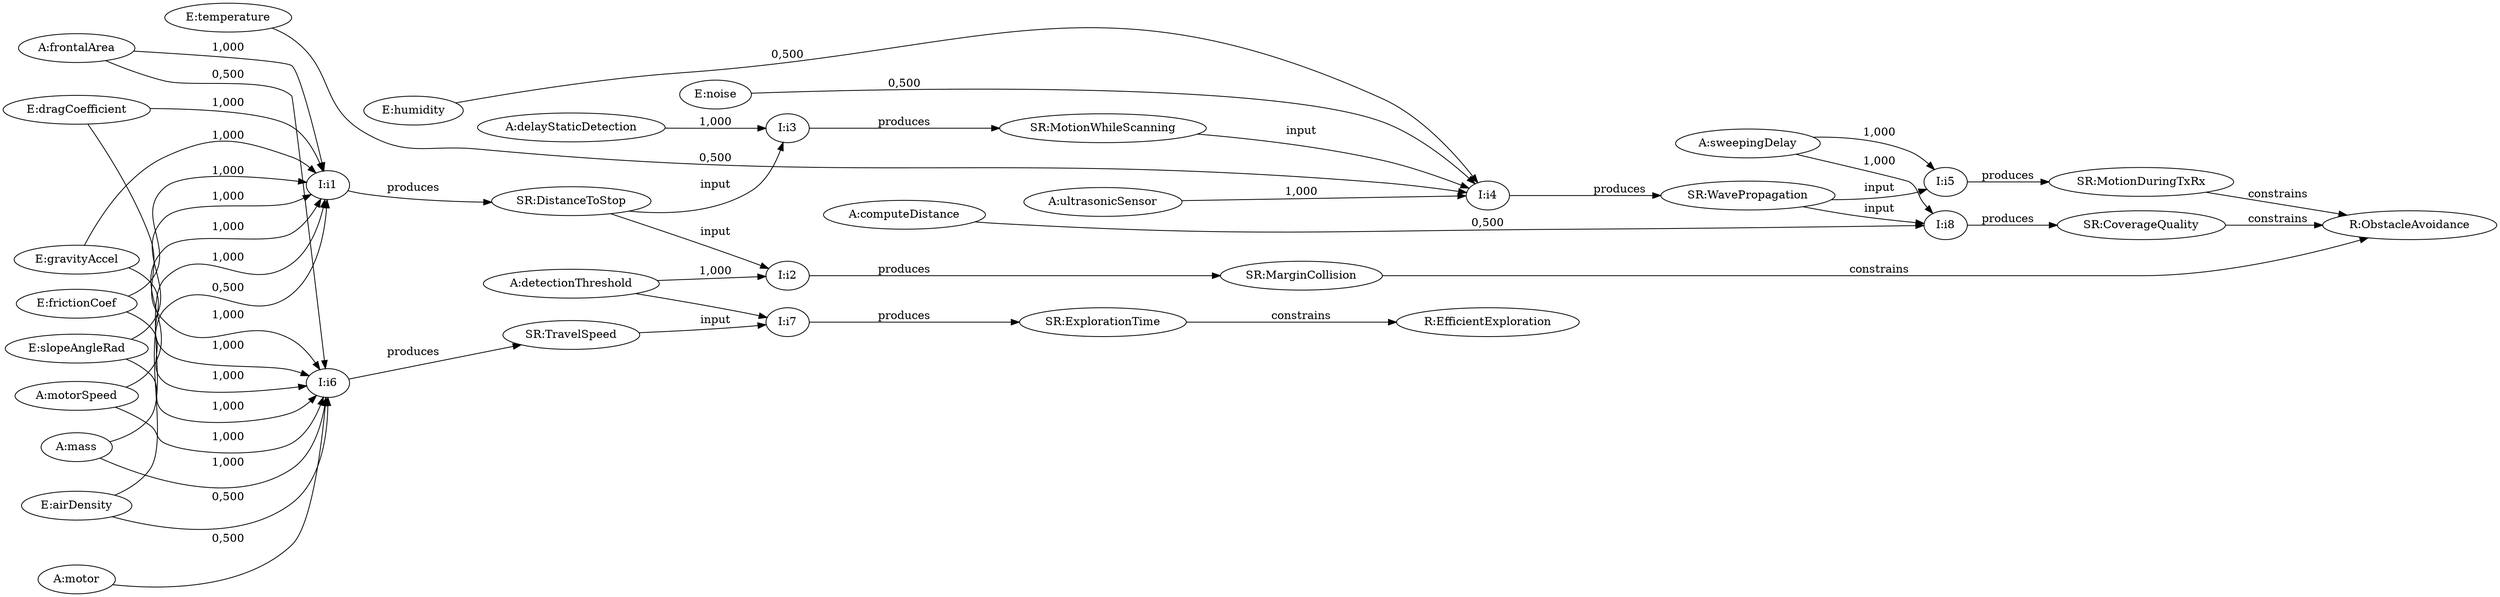
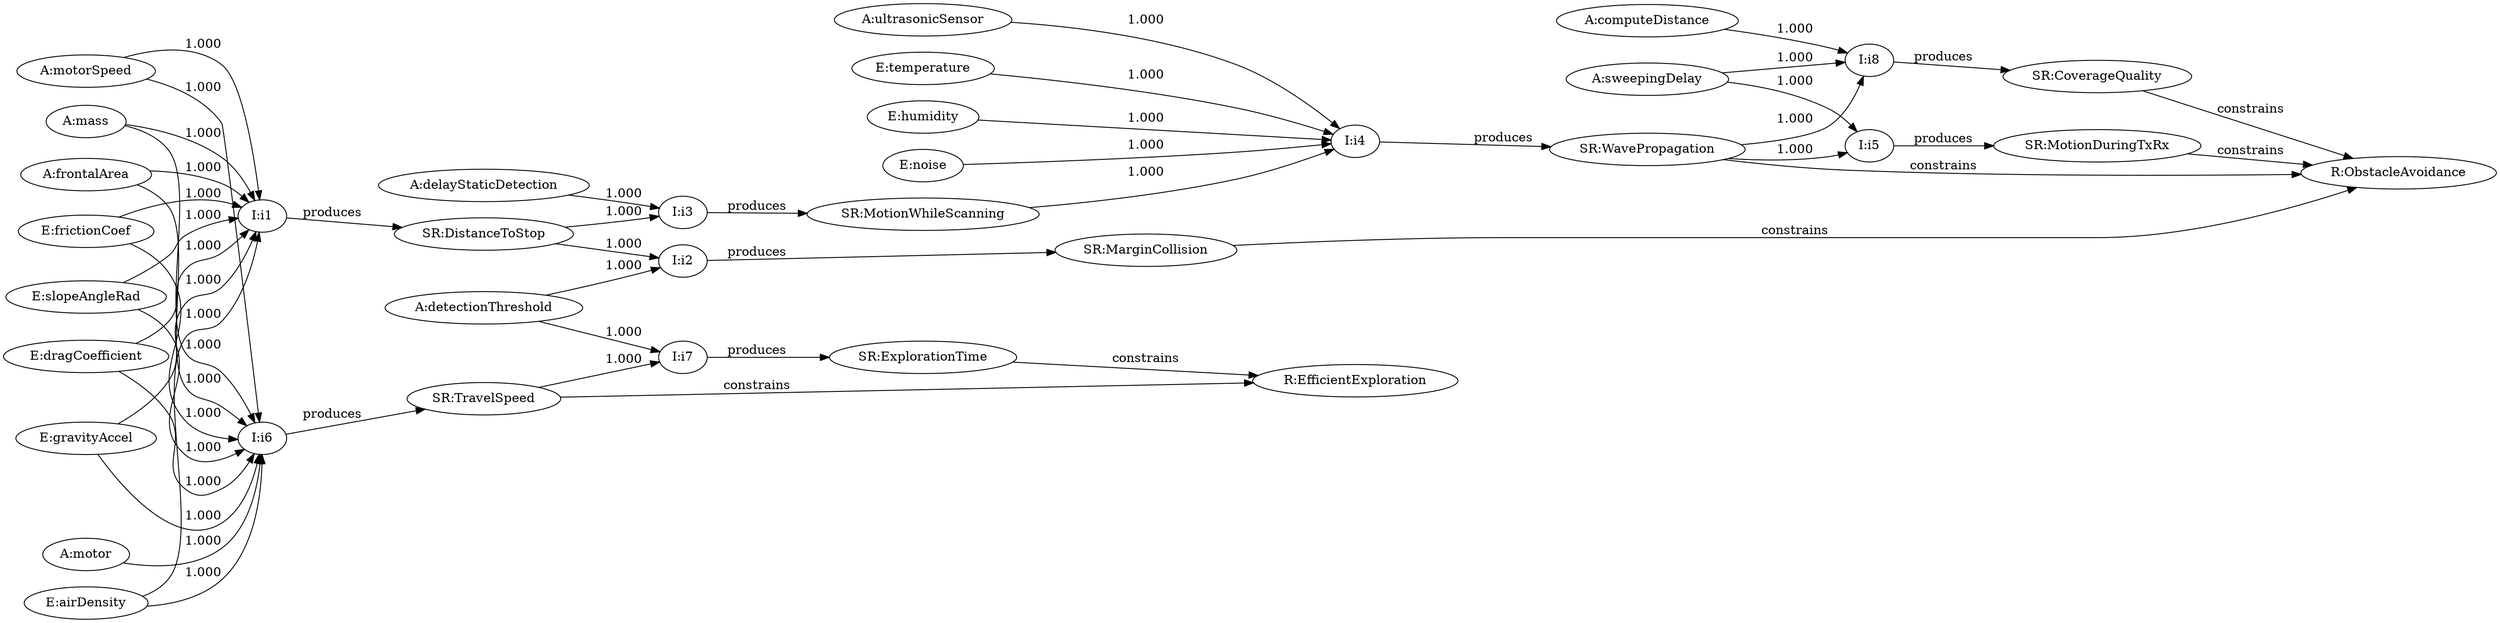
strict digraph G {
  rankdir=LR;
  I_i1_2215b9 [ label="I:i1" ];
  A_motorSpeed_c60755ab [ label="A:motorSpeed" srcModel="platform:/resource/fr.inria.kairos.cherokey4WDProject/Cherokey4WD/Cherokey4WD_Behavior/ActivityWheelControl.sysml" tooltip="platform:/resource/fr.inria.kairos.cherokey4WDProject/Cherokey4WD/Cherokey4WD_Behavior/ActivityWheelControl.sysml" ];
  A_mass_724f5a8d [ label="A:mass" srcModel="platform:/resource/fr.inria.kairos.cherokey4WDProject/Cherokey4WD/Cherokey4WD_Structure/Cherokey4WDModel.sysml" tooltip="platform:/resource/fr.inria.kairos.cherokey4WDProject/Cherokey4WD/Cherokey4WD_Structure/Cherokey4WDModel.sysml" ];
  A_frontalArea_f9af3d08 [ label="A:frontalArea" srcModel="platform:/resource/fr.inria.kairos.cherokey4WDProject/Cherokey4WD/Cherokey4WD_Structure/Cherokey4WDModel.sysml" tooltip="platform:/resource/fr.inria.kairos.cherokey4WDProject/Cherokey4WD/Cherokey4WD_Structure/Cherokey4WDModel.sysml" ];
  E_frictionCoef_59bb6d3c [ label="E:frictionCoef" ];
  E_slopeAngleRad_8779e298 [ label="E:slopeAngleRad" ];
  E_dragCoefficient_9264b62c [ label="E:dragCoefficient" ];
  E_gravityAccel_9e12184f [ label="E:gravityAccel" ];
  E_airDensity_30a29e93 [ label="E:airDensity" ];
  SR_DistanceToStop_6857ac0d [ label="SR:DistanceToStop" ];
  I_i2_2215ba [ label="I:i2" ];
  A_detectionThreshold_e468d33f [ label="A:detectionThreshold" srcModel="platform:/resource/fr.inria.kairos.cherokey4WDProject/Cherokey4WD/Cherokey4WD_Behavior/ActivityDynamicDetection.sysml" tooltip="platform:/resource/fr.inria.kairos.cherokey4WDProject/Cherokey4WD/Cherokey4WD_Behavior/ActivityDynamicDetection.sysml" ];
  SR_MarginCollision_88edcde9 [ label="SR:MarginCollision" ];
  R_ObstacleAvoidance_189ae12d [ label="R:ObstacleAvoidance" ];
  I_i3_2215bb [ label="I:i3" ];
  A_delayStaticDetection_a73be14d [ label="A:delayStaticDetection" srcModel="platform:/resource/fr.inria.kairos.cherokey4WDProject/Cherokey4WD/Cherokey4WD_Behavior/ActivityStaticDetection.sysml" tooltip="platform:/resource/fr.inria.kairos.cherokey4WDProject/Cherokey4WD/Cherokey4WD_Behavior/ActivityStaticDetection.sysml" ];
  SR_MotionWhileScanning_eb0eed31 [ label="SR:MotionWhileScanning" ];
  I_i4_2215bc [ label="I:i4" ];
  A_ultrasonicSensor_d0af77f3 [ label="A:ultrasonicSensor" srcModel="platform:/resource/fr.inria.kairos.cherokey4WDProject/Cherokey4WD/Cherokey4WD_Structure/Cherokey4WDModel.sysml" tooltip="platform:/resource/fr.inria.kairos.cherokey4WDProject/Cherokey4WD/Cherokey4WD_Structure/Cherokey4WDModel.sysml" ];
  E_temperature_1abcfdbf [ label="E:temperature" ];
  E_humidity_8ff6e048 [ label="E:humidity" ];
  E_noise_ab4933a5 [ label="E:noise" ];
  SR_WavePropagation_91c045d8 [ label="SR:WavePropagation" ];
  I_i5_2215bd [ label="I:i5" ];
  A_sweepingDelay_bc83fa34 [ label="A:sweepingDelay" srcModel="platform:/resource/fr.inria.kairos.cherokey4WDProject/Cherokey4WD/Cherokey4WD_Behavior/ActivityDynamicDetection.sysml" tooltip="platform:/resource/fr.inria.kairos.cherokey4WDProject/Cherokey4WD/Cherokey4WD_Behavior/ActivityDynamicDetection.sysml" ];
  SR_MotionDuringTxRx_940559fc [ label="SR:MotionDuringTxRx" ];
  I_i6_2215be [ label="I:i6" ];
  A_motor_d7a257fc [ label="A:motor" srcModel="platform:/resource/fr.inria.kairos.cherokey4WDProject/Cherokey4WD/Cherokey4WD_Structure/Cherokey4WDModel.sysml" tooltip="platform:/resource/fr.inria.kairos.cherokey4WDProject/Cherokey4WD/Cherokey4WD_Structure/Cherokey4WDModel.sysml" ];
  SR_TravelSpeed_ae7e8492 [ label="SR:TravelSpeed" ];
+   R_EfficientExploration_f269058a [ label="R:EfficientExploration" ];
  I_i7_2215bf [ label="I:i7" ];
  SR_ExplorationTime_6b02d455 [ label="SR:ExplorationTime" ];
-   R_EfficientExploration_f269058a [ label="R:EfficientExploration" ];
  I_i8_2215c0 [ label="I:i8" ];
  A_computeDistance_828cf413 [ label="A:computeDistance" srcModel="platform:/resource/fr.inria.kairos.cherokey4WDProject/Cherokey4WD/Cherokey4WD_Behavior/ActivityDynamicDetection.sysml" tooltip="platform:/resource/fr.inria.kairos.cherokey4WDProject/Cherokey4WD/Cherokey4WD_Behavior/ActivityDynamicDetection.sysml" ];
  SR_CoverageQuality_24e856bc [ label="SR:CoverageQuality" ];
-   A_motorSpeed_c60755ab -> I_i1_2215b9 [ label="1,000" src="platform:/resource/fr.inria.kairos.cherokey4WDProject/Cherokey4WD/Cherokey4WD_Influences/updated_explorationRobot.inf#//@ownedInfluences.0/@ownedParticipants.0" tooltip="platform:/resource/fr.inria.kairos.cherokey4WDProject/Cherokey4WD/Cherokey4WD_Influences/updated_explorationRobot.inf#//@ownedInfluences.0/@ownedParticipants.0" weight="1.000" ];
-   A_mass_724f5a8d -> I_i1_2215b9 [ label="1,000" src="platform:/resource/fr.inria.kairos.cherokey4WDProject/Cherokey4WD/Cherokey4WD_Influences/updated_explorationRobot.inf#//@ownedInfluences.0/@ownedParticipants.1" tooltip="platform:/resource/fr.inria.kairos.cherokey4WDProject/Cherokey4WD/Cherokey4WD_Influences/updated_explorationRobot.inf#//@ownedInfluences.0/@ownedParticipants.1" weight="1.000" ];
-   A_frontalArea_f9af3d08 -> I_i1_2215b9 [ label="1,000" src="platform:/resource/fr.inria.kairos.cherokey4WDProject/Cherokey4WD/Cherokey4WD_Influences/updated_explorationRobot.inf#//@ownedInfluences.0/@ownedParticipants.2" tooltip="platform:/resource/fr.inria.kairos.cherokey4WDProject/Cherokey4WD/Cherokey4WD_Influences/updated_explorationRobot.inf#//@ownedInfluences.0/@ownedParticipants.2" weight="1.000" ];
-   E_frictionCoef_59bb6d3c -> I_i1_2215b9 [ label="1,000" src="platform:/resource/fr.inria.kairos.cherokey4WDProject/Cherokey4WD/Cherokey4WD_Influences/updated_explorationRobot.inf#//@ownedInfluences.0/@ownedParticipants.3" tooltip="platform:/resource/fr.inria.kairos.cherokey4WDProject/Cherokey4WD/Cherokey4WD_Influences/updated_explorationRobot.inf#//@ownedInfluences.0/@ownedParticipants.3" weight="1.000" ];
-   E_slopeAngleRad_8779e298 -> I_i1_2215b9 [ label="1,000" src="platform:/resource/fr.inria.kairos.cherokey4WDProject/Cherokey4WD/Cherokey4WD_Influences/updated_explorationRobot.inf#//@ownedInfluences.0/@ownedParticipants.4" tooltip="platform:/resource/fr.inria.kairos.cherokey4WDProject/Cherokey4WD/Cherokey4WD_Influences/updated_explorationRobot.inf#//@ownedInfluences.0/@ownedParticipants.4" weight="1.000" ];
-   E_dragCoefficient_9264b62c -> I_i1_2215b9 [ label="1,000" src="platform:/resource/fr.inria.kairos.cherokey4WDProject/Cherokey4WD/Cherokey4WD_Influences/updated_explorationRobot.inf#//@ownedInfluences.0/@ownedParticipants.5" tooltip="platform:/resource/fr.inria.kairos.cherokey4WDProject/Cherokey4WD/Cherokey4WD_Influences/updated_explorationRobot.inf#//@ownedInfluences.0/@ownedParticipants.5" weight="1.000" ];
-   E_gravityAccel_9e12184f -> I_i1_2215b9 [ label="1,000" src="platform:/resource/fr.inria.kairos.cherokey4WDProject/Cherokey4WD/Cherokey4WD_Influences/updated_explorationRobot.inf#//@ownedInfluences.0/@ownedParticipants.6" tooltip="platform:/resource/fr.inria.kairos.cherokey4WDProject/Cherokey4WD/Cherokey4WD_Influences/updated_explorationRobot.inf#//@ownedInfluences.0/@ownedParticipants.6" weight="1.000" ];
-   E_airDensity_30a29e93 -> I_i1_2215b9 [ label="0,500" src="platform:/resource/fr.inria.kairos.cherokey4WDProject/Cherokey4WD/Cherokey4WD_Influences/updated_explorationRobot.inf#//@ownedInfluences.0/@ownedParticipants.7" tooltip="platform:/resource/fr.inria.kairos.cherokey4WDProject/Cherokey4WD/Cherokey4WD_Influences/updated_explorationRobot.inf#//@ownedInfluences.0/@ownedParticipants.7" weight="0.500" ];
-   I_i1_2215b9 -> SR_DistanceToStop_6857ac0d [ label="produces" src="platform:/resource/fr.inria.kairos.cherokey4WDProject/Cherokey4WD/Cherokey4WD_Influences/updated_explorationRobot.inf#//@ownedInfluences.0" tooltip="platform:/resource/fr.inria.kairos.cherokey4WDProject/Cherokey4WD/Cherokey4WD_Influences/updated_explorationRobot.inf#//@ownedInfluences.0" ];
-   A_detectionThreshold_e468d33f -> I_i2_2215ba [ label="1,000" src="platform:/resource/fr.inria.kairos.cherokey4WDProject/Cherokey4WD/Cherokey4WD_Influences/updated_explorationRobot.inf#//@ownedInfluences.1/@ownedParticipants.0" tooltip="platform:/resource/fr.inria.kairos.cherokey4WDProject/Cherokey4WD/Cherokey4WD_Influences/updated_explorationRobot.inf#//@ownedInfluences.1/@ownedParticipants.0" weight="1.000" ];
-   SR_DistanceToStop_6857ac0d -> I_i2_2215ba [ label="input" src="platform:/resource/fr.inria.kairos.cherokey4WDProject/Cherokey4WD/Cherokey4WD_Influences/updated_explorationRobot.inf#//@ownedInfluences.1/@ownedParticipants.1" tooltip="platform:/resource/fr.inria.kairos.cherokey4WDProject/Cherokey4WD/Cherokey4WD_Influences/updated_explorationRobot.inf#//@ownedInfluences.1/@ownedParticipants.1" ];
-   I_i2_2215ba -> SR_MarginCollision_88edcde9 [ label="produces" src="platform:/resource/fr.inria.kairos.cherokey4WDProject/Cherokey4WD/Cherokey4WD_Influences/updated_explorationRobot.inf#//@ownedInfluences.1" tooltip="platform:/resource/fr.inria.kairos.cherokey4WDProject/Cherokey4WD/Cherokey4WD_Influences/updated_explorationRobot.inf#//@ownedInfluences.1" ];
-   SR_MarginCollision_88edcde9 -> R_ObstacleAvoidance_189ae12d [ label="constrains" src="platform:/resource/fr.inria.kairos.cherokey4WDProject/Cherokey4WD/Cherokey4WD_Influences/updated_explorationRobot.inf#//@ownedRequirements.1" tooltip="platform:/resource/fr.inria.kairos.cherokey4WDProject/Cherokey4WD/Cherokey4WD_Influences/updated_explorationRobot.inf#//@ownedRequirements.1" ];
-   SR_DistanceToStop_6857ac0d -> I_i3_2215bb [ label="input" src="platform:/resource/fr.inria.kairos.cherokey4WDProject/Cherokey4WD/Cherokey4WD_Influences/updated_explorationRobot.inf#//@ownedInfluences.2/@ownedParticipants.0" tooltip="platform:/resource/fr.inria.kairos.cherokey4WDProject/Cherokey4WD/Cherokey4WD_Influences/updated_explorationRobot.inf#//@ownedInfluences.2/@ownedParticipants.0" ];
-   A_delayStaticDetection_a73be14d -> I_i3_2215bb [ label="1,000" src="platform:/resource/fr.inria.kairos.cherokey4WDProject/Cherokey4WD/Cherokey4WD_Influences/updated_explorationRobot.inf#//@ownedInfluences.2/@ownedParticipants.1" tooltip="platform:/resource/fr.inria.kairos.cherokey4WDProject/Cherokey4WD/Cherokey4WD_Influences/updated_explorationRobot.inf#//@ownedInfluences.2/@ownedParticipants.1" weight="1.000" ];
-   I_i3_2215bb -> SR_MotionWhileScanning_eb0eed31 [ label="produces" src="platform:/resource/fr.inria.kairos.cherokey4WDProject/Cherokey4WD/Cherokey4WD_Influences/updated_explorationRobot.inf#//@ownedInfluences.2" tooltip="platform:/resource/fr.inria.kairos.cherokey4WDProject/Cherokey4WD/Cherokey4WD_Influences/updated_explorationRobot.inf#//@ownedInfluences.2" ];
-   A_ultrasonicSensor_d0af77f3 -> I_i4_2215bc [ label="1,000" src="platform:/resource/fr.inria.kairos.cherokey4WDProject/Cherokey4WD/Cherokey4WD_Influences/updated_explorationRobot.inf#//@ownedInfluences.3/@ownedParticipants.0" tooltip="platform:/resource/fr.inria.kairos.cherokey4WDProject/Cherokey4WD/Cherokey4WD_Influences/updated_explorationRobot.inf#//@ownedInfluences.3/@ownedParticipants.0" weight="1.000" ];
-   SR_MotionWhileScanning_eb0eed31 -> I_i4_2215bc [ label="input" src="platform:/resource/fr.inria.kairos.cherokey4WDProject/Cherokey4WD/Cherokey4WD_Influences/updated_explorationRobot.inf#//@ownedInfluences.3/@ownedParticipants.1" tooltip="platform:/resource/fr.inria.kairos.cherokey4WDProject/Cherokey4WD/Cherokey4WD_Influences/updated_explorationRobot.inf#//@ownedInfluences.3/@ownedParticipants.1" ];
-   E_temperature_1abcfdbf -> I_i4_2215bc [ label="0,500" src="platform:/resource/fr.inria.kairos.cherokey4WDProject/Cherokey4WD/Cherokey4WD_Influences/updated_explorationRobot.inf#//@ownedInfluences.3/@ownedParticipants.2" tooltip="platform:/resource/fr.inria.kairos.cherokey4WDProject/Cherokey4WD/Cherokey4WD_Influences/updated_explorationRobot.inf#//@ownedInfluences.3/@ownedParticipants.2" weight="0.500" ];
-   E_humidity_8ff6e048 -> I_i4_2215bc [ label="0,500" src="platform:/resource/fr.inria.kairos.cherokey4WDProject/Cherokey4WD/Cherokey4WD_Influences/updated_explorationRobot.inf#//@ownedInfluences.3/@ownedParticipants.3" tooltip="platform:/resource/fr.inria.kairos.cherokey4WDProject/Cherokey4WD/Cherokey4WD_Influences/updated_explorationRobot.inf#//@ownedInfluences.3/@ownedParticipants.3" weight="0.500" ];
-   E_noise_ab4933a5 -> I_i4_2215bc [ label="0,500" src="platform:/resource/fr.inria.kairos.cherokey4WDProject/Cherokey4WD/Cherokey4WD_Influences/updated_explorationRobot.inf#//@ownedInfluences.3/@ownedParticipants.4" tooltip="platform:/resource/fr.inria.kairos.cherokey4WDProject/Cherokey4WD/Cherokey4WD_Influences/updated_explorationRobot.inf#//@ownedInfluences.3/@ownedParticipants.4" weight="0.500" ];
-   I_i4_2215bc -> SR_WavePropagation_91c045d8 [ label="produces" src="platform:/resource/fr.inria.kairos.cherokey4WDProject/Cherokey4WD/Cherokey4WD_Influences/updated_explorationRobot.inf#//@ownedInfluences.3" tooltip="platform:/resource/fr.inria.kairos.cherokey4WDProject/Cherokey4WD/Cherokey4WD_Influences/updated_explorationRobot.inf#//@ownedInfluences.3" ];
-   SR_WavePropagation_91c045d8 -> I_i5_2215bd [ label="input" src="platform:/resource/fr.inria.kairos.cherokey4WDProject/Cherokey4WD/Cherokey4WD_Influences/updated_explorationRobot.inf#//@ownedInfluences.4/@ownedParticipants.0" tooltip="platform:/resource/fr.inria.kairos.cherokey4WDProject/Cherokey4WD/Cherokey4WD_Influences/updated_explorationRobot.inf#//@ownedInfluences.4/@ownedParticipants.0" ];
-   A_sweepingDelay_bc83fa34 -> I_i5_2215bd [ label="1,000" src="platform:/resource/fr.inria.kairos.cherokey4WDProject/Cherokey4WD/Cherokey4WD_Influences/updated_explorationRobot.inf#//@ownedInfluences.4/@ownedParticipants.1" tooltip="platform:/resource/fr.inria.kairos.cherokey4WDProject/Cherokey4WD/Cherokey4WD_Influences/updated_explorationRobot.inf#//@ownedInfluences.4/@ownedParticipants.1" weight="1.000" ];
-   I_i5_2215bd -> SR_MotionDuringTxRx_940559fc [ label="produces" src="platform:/resource/fr.inria.kairos.cherokey4WDProject/Cherokey4WD/Cherokey4WD_Influences/updated_explorationRobot.inf#//@ownedInfluences.4" tooltip="platform:/resource/fr.inria.kairos.cherokey4WDProject/Cherokey4WD/Cherokey4WD_Influences/updated_explorationRobot.inf#//@ownedInfluences.4" ];
-   SR_MotionDuringTxRx_940559fc -> R_ObstacleAvoidance_189ae12d [ label="constrains" src="platform:/resource/fr.inria.kairos.cherokey4WDProject/Cherokey4WD/Cherokey4WD_Influences/updated_explorationRobot.inf#//@ownedRequirements.1" tooltip="platform:/resource/fr.inria.kairos.cherokey4WDProject/Cherokey4WD/Cherokey4WD_Influences/updated_explorationRobot.inf#//@ownedRequirements.1" ];
-   A_motorSpeed_c60755ab -> I_i6_2215be [ label="1,000" src="platform:/resource/fr.inria.kairos.cherokey4WDProject/Cherokey4WD/Cherokey4WD_Influences/updated_explorationRobot.inf#//@ownedInfluences.5/@ownedParticipants.0" tooltip="platform:/resource/fr.inria.kairos.cherokey4WDProject/Cherokey4WD/Cherokey4WD_Influences/updated_explorationRobot.inf#//@ownedInfluences.5/@ownedParticipants.0" weight="1.000" ];
-   A_mass_724f5a8d -> I_i6_2215be [ label="1,000" src="platform:/resource/fr.inria.kairos.cherokey4WDProject/Cherokey4WD/Cherokey4WD_Influences/updated_explorationRobot.inf#//@ownedInfluences.5/@ownedParticipants.1" tooltip="platform:/resource/fr.inria.kairos.cherokey4WDProject/Cherokey4WD/Cherokey4WD_Influences/updated_explorationRobot.inf#//@ownedInfluences.5/@ownedParticipants.1" weight="1.000" ];
-   A_frontalArea_f9af3d08 -> I_i6_2215be [ label="0,500" src="platform:/resource/fr.inria.kairos.cherokey4WDProject/Cherokey4WD/Cherokey4WD_Influences/updated_explorationRobot.inf#//@ownedInfluences.5/@ownedParticipants.2" tooltip="platform:/resource/fr.inria.kairos.cherokey4WDProject/Cherokey4WD/Cherokey4WD_Influences/updated_explorationRobot.inf#//@ownedInfluences.5/@ownedParticipants.2" weight="0.500" ];
-   A_motor_d7a257fc -> I_i6_2215be [ label="0,500" src="platform:/resource/fr.inria.kairos.cherokey4WDProject/Cherokey4WD/Cherokey4WD_Influences/updated_explorationRobot.inf#//@ownedInfluences.5/@ownedParticipants.3" tooltip="platform:/resource/fr.inria.kairos.cherokey4WDProject/Cherokey4WD/Cherokey4WD_Influences/updated_explorationRobot.inf#//@ownedInfluences.5/@ownedParticipants.3" weight="0.500" ];
-   E_frictionCoef_59bb6d3c -> I_i6_2215be [ label="1,000" src="platform:/resource/fr.inria.kairos.cherokey4WDProject/Cherokey4WD/Cherokey4WD_Influences/updated_explorationRobot.inf#//@ownedInfluences.5/@ownedParticipants.4" tooltip="platform:/resource/fr.inria.kairos.cherokey4WDProject/Cherokey4WD/Cherokey4WD_Influences/updated_explorationRobot.inf#//@ownedInfluences.5/@ownedParticipants.4" weight="1.000" ];
-   E_slopeAngleRad_8779e298 -> I_i6_2215be [ label="1,000" src="platform:/resource/fr.inria.kairos.cherokey4WDProject/Cherokey4WD/Cherokey4WD_Influences/updated_explorationRobot.inf#//@ownedInfluences.5/@ownedParticipants.5" tooltip="platform:/resource/fr.inria.kairos.cherokey4WDProject/Cherokey4WD/Cherokey4WD_Influences/updated_explorationRobot.inf#//@ownedInfluences.5/@ownedParticipants.5" weight="1.000" ];
-   E_dragCoefficient_9264b62c -> I_i6_2215be [ label="1,000" src="platform:/resource/fr.inria.kairos.cherokey4WDProject/Cherokey4WD/Cherokey4WD_Influences/updated_explorationRobot.inf#//@ownedInfluences.5/@ownedParticipants.6" tooltip="platform:/resource/fr.inria.kairos.cherokey4WDProject/Cherokey4WD/Cherokey4WD_Influences/updated_explorationRobot.inf#//@ownedInfluences.5/@ownedParticipants.6" weight="1.000" ];
-   E_gravityAccel_9e12184f -> I_i6_2215be [ label="1,000" src="platform:/resource/fr.inria.kairos.cherokey4WDProject/Cherokey4WD/Cherokey4WD_Influences/updated_explorationRobot.inf#//@ownedInfluences.5/@ownedParticipants.7" tooltip="platform:/resource/fr.inria.kairos.cherokey4WDProject/Cherokey4WD/Cherokey4WD_Influences/updated_explorationRobot.inf#//@ownedInfluences.5/@ownedParticipants.7" weight="1.000" ];
-   E_airDensity_30a29e93 -> I_i6_2215be [ label="0,500" src="platform:/resource/fr.inria.kairos.cherokey4WDProject/Cherokey4WD/Cherokey4WD_Influences/updated_explorationRobot.inf#//@ownedInfluences.5/@ownedParticipants.8" tooltip="platform:/resource/fr.inria.kairos.cherokey4WDProject/Cherokey4WD/Cherokey4WD_Influences/updated_explorationRobot.inf#//@ownedInfluences.5/@ownedParticipants.8" weight="0.500" ];
-   I_i6_2215be -> SR_TravelSpeed_ae7e8492 [ label="produces" src="platform:/resource/fr.inria.kairos.cherokey4WDProject/Cherokey4WD/Cherokey4WD_Influences/updated_explorationRobot.inf#//@ownedInfluences.5" tooltip="platform:/resource/fr.inria.kairos.cherokey4WDProject/Cherokey4WD/Cherokey4WD_Influences/updated_explorationRobot.inf#//@ownedInfluences.5" ];
-   SR_TravelSpeed_ae7e8492 -> I_i7_2215bf [ label="input" src="platform:/resource/fr.inria.kairos.cherokey4WDProject/Cherokey4WD/Cherokey4WD_Influences/updated_explorationRobot.inf#//@ownedInfluences.6/@ownedParticipants.0" tooltip="platform:/resource/fr.inria.kairos.cherokey4WDProject/Cherokey4WD/Cherokey4WD_Influences/updated_explorationRobot.inf#//@ownedInfluences.6/@ownedParticipants.0" ];
-   A_detectionThreshold_e468d33f -> I_i7_2215bf [ src="platform:/resource/fr.inria.kairos.cherokey4WDProject/Cherokey4WD/Cherokey4WD_Influences/updated_explorationRobot.inf#//@ownedInfluences.6/@ownedParticipants.1" tooltip="platform:/resource/fr.inria.kairos.cherokey4WDProject/Cherokey4WD/Cherokey4WD_Influences/updated_explorationRobot.inf#//@ownedInfluences.6/@ownedParticipants.1" ];
-   I_i7_2215bf -> SR_ExplorationTime_6b02d455 [ label="produces" src="platform:/resource/fr.inria.kairos.cherokey4WDProject/Cherokey4WD/Cherokey4WD_Influences/updated_explorationRobot.inf#//@ownedInfluences.6" tooltip="platform:/resource/fr.inria.kairos.cherokey4WDProject/Cherokey4WD/Cherokey4WD_Influences/updated_explorationRobot.inf#//@ownedInfluences.6" ];
-   SR_ExplorationTime_6b02d455 -> R_EfficientExploration_f269058a [ label="constrains" src="platform:/resource/fr.inria.kairos.cherokey4WDProject/Cherokey4WD/Cherokey4WD_Influences/updated_explorationRobot.inf#//@ownedRequirements.0" tooltip="platform:/resource/fr.inria.kairos.cherokey4WDProject/Cherokey4WD/Cherokey4WD_Influences/updated_explorationRobot.inf#//@ownedRequirements.0" ];
-   SR_WavePropagation_91c045d8 -> I_i8_2215c0 [ label="input" src="platform:/resource/fr.inria.kairos.cherokey4WDProject/Cherokey4WD/Cherokey4WD_Influences/updated_explorationRobot.inf#//@ownedInfluences.7/@ownedParticipants.0" tooltip="platform:/resource/fr.inria.kairos.cherokey4WDProject/Cherokey4WD/Cherokey4WD_Influences/updated_explorationRobot.inf#//@ownedInfluences.7/@ownedParticipants.0" ];
-   A_sweepingDelay_bc83fa34 -> I_i8_2215c0 [ label="1,000" src="platform:/resource/fr.inria.kairos.cherokey4WDProject/Cherokey4WD/Cherokey4WD_Influences/updated_explorationRobot.inf#//@ownedInfluences.7/@ownedParticipants.1" tooltip="platform:/resource/fr.inria.kairos.cherokey4WDProject/Cherokey4WD/Cherokey4WD_Influences/updated_explorationRobot.inf#//@ownedInfluences.7/@ownedParticipants.1" weight="1.000" ];
-   A_computeDistance_828cf413 -> I_i8_2215c0 [ label="0,500" src="platform:/resource/fr.inria.kairos.cherokey4WDProject/Cherokey4WD/Cherokey4WD_Influences/updated_explorationRobot.inf#//@ownedInfluences.7/@ownedParticipants.2" tooltip="platform:/resource/fr.inria.kairos.cherokey4WDProject/Cherokey4WD/Cherokey4WD_Influences/updated_explorationRobot.inf#//@ownedInfluences.7/@ownedParticipants.2" weight="0.500" ];
-   I_i8_2215c0 -> SR_CoverageQuality_24e856bc [ label="produces" src="platform:/resource/fr.inria.kairos.cherokey4WDProject/Cherokey4WD/Cherokey4WD_Influences/updated_explorationRobot.inf#//@ownedInfluences.7" tooltip="platform:/resource/fr.inria.kairos.cherokey4WDProject/Cherokey4WD/Cherokey4WD_Influences/updated_explorationRobot.inf#//@ownedInfluences.7" ];
-   SR_CoverageQuality_24e856bc -> R_ObstacleAvoidance_189ae12d [ label="constrains" src="platform:/resource/fr.inria.kairos.cherokey4WDProject/Cherokey4WD/Cherokey4WD_Influences/updated_explorationRobot.inf#//@ownedRequirements.1" tooltip="platform:/resource/fr.inria.kairos.cherokey4WDProject/Cherokey4WD/Cherokey4WD_Influences/updated_explorationRobot.inf#//@ownedRequirements.1" ];
+   A_motorSpeed_c60755ab -> I_i1_2215b9 [ label="1.000" src="platform:/resource/fr.inria.kairos.cherokey4WDProject/Cherokey4WD/Cherokey4WD_Influences/influenceJournalPaper.inf#//@ownedInfluences.0/@ownedParticipants.0" tooltip="platform:/resource/fr.inria.kairos.cherokey4WDProject/Cherokey4WD/Cherokey4WD_Influences/influenceJournalPaper.inf#//@ownedInfluences.0/@ownedParticipants.0" weight="1.000" ];
+   A_mass_724f5a8d -> I_i1_2215b9 [ label="1.000" src="platform:/resource/fr.inria.kairos.cherokey4WDProject/Cherokey4WD/Cherokey4WD_Influences/influenceJournalPaper.inf#//@ownedInfluences.0/@ownedParticipants.1" tooltip="platform:/resource/fr.inria.kairos.cherokey4WDProject/Cherokey4WD/Cherokey4WD_Influences/influenceJournalPaper.inf#//@ownedInfluences.0/@ownedParticipants.1" weight="1.000" ];
+   A_frontalArea_f9af3d08 -> I_i1_2215b9 [ label="1.000" src="platform:/resource/fr.inria.kairos.cherokey4WDProject/Cherokey4WD/Cherokey4WD_Influences/influenceJournalPaper.inf#//@ownedInfluences.0/@ownedParticipants.2" tooltip="platform:/resource/fr.inria.kairos.cherokey4WDProject/Cherokey4WD/Cherokey4WD_Influences/influenceJournalPaper.inf#//@ownedInfluences.0/@ownedParticipants.2" weight="1.000" ];
+   E_frictionCoef_59bb6d3c -> I_i1_2215b9 [ label="1.000" src="platform:/resource/fr.inria.kairos.cherokey4WDProject/Cherokey4WD/Cherokey4WD_Influences/influenceJournalPaper.inf#//@ownedInfluences.0/@ownedParticipants.3" tooltip="platform:/resource/fr.inria.kairos.cherokey4WDProject/Cherokey4WD/Cherokey4WD_Influences/influenceJournalPaper.inf#//@ownedInfluences.0/@ownedParticipants.3" weight="1.000" ];
+   E_slopeAngleRad_8779e298 -> I_i1_2215b9 [ label="1.000" src="platform:/resource/fr.inria.kairos.cherokey4WDProject/Cherokey4WD/Cherokey4WD_Influences/influenceJournalPaper.inf#//@ownedInfluences.0/@ownedParticipants.4" tooltip="platform:/resource/fr.inria.kairos.cherokey4WDProject/Cherokey4WD/Cherokey4WD_Influences/influenceJournalPaper.inf#//@ownedInfluences.0/@ownedParticipants.4" weight="1.000" ];
+   E_dragCoefficient_9264b62c -> I_i1_2215b9 [ label="1.000" src="platform:/resource/fr.inria.kairos.cherokey4WDProject/Cherokey4WD/Cherokey4WD_Influences/influenceJournalPaper.inf#//@ownedInfluences.0/@ownedParticipants.5" tooltip="platform:/resource/fr.inria.kairos.cherokey4WDProject/Cherokey4WD/Cherokey4WD_Influences/influenceJournalPaper.inf#//@ownedInfluences.0/@ownedParticipants.5" weight="1.000" ];
+   E_gravityAccel_9e12184f -> I_i1_2215b9 [ label="1.000" src="platform:/resource/fr.inria.kairos.cherokey4WDProject/Cherokey4WD/Cherokey4WD_Influences/influenceJournalPaper.inf#//@ownedInfluences.0/@ownedParticipants.6" tooltip="platform:/resource/fr.inria.kairos.cherokey4WDProject/Cherokey4WD/Cherokey4WD_Influences/influenceJournalPaper.inf#//@ownedInfluences.0/@ownedParticipants.6" weight="1.000" ];
+   E_airDensity_30a29e93 -> I_i1_2215b9 [ label="1.000" src="platform:/resource/fr.inria.kairos.cherokey4WDProject/Cherokey4WD/Cherokey4WD_Influences/influenceJournalPaper.inf#//@ownedInfluences.0/@ownedParticipants.7" tooltip="platform:/resource/fr.inria.kairos.cherokey4WDProject/Cherokey4WD/Cherokey4WD_Influences/influenceJournalPaper.inf#//@ownedInfluences.0/@ownedParticipants.7" weight="1.000" ];
+   I_i1_2215b9 -> SR_DistanceToStop_6857ac0d [ label="produces" src="platform:/resource/fr.inria.kairos.cherokey4WDProject/Cherokey4WD/Cherokey4WD_Influences/influenceJournalPaper.inf#//@ownedInfluences.0" tooltip="platform:/resource/fr.inria.kairos.cherokey4WDProject/Cherokey4WD/Cherokey4WD_Influences/influenceJournalPaper.inf#//@ownedInfluences.0" ];
+   A_detectionThreshold_e468d33f -> I_i2_2215ba [ label="1.000" src="platform:/resource/fr.inria.kairos.cherokey4WDProject/Cherokey4WD/Cherokey4WD_Influences/influenceJournalPaper.inf#//@ownedInfluences.1/@ownedParticipants.0" tooltip="platform:/resource/fr.inria.kairos.cherokey4WDProject/Cherokey4WD/Cherokey4WD_Influences/influenceJournalPaper.inf#//@ownedInfluences.1/@ownedParticipants.0" weight="1.000" ];
+   SR_DistanceToStop_6857ac0d -> I_i2_2215ba [ label="1.000" src="platform:/resource/fr.inria.kairos.cherokey4WDProject/Cherokey4WD/Cherokey4WD_Influences/influenceJournalPaper.inf#//@ownedInfluences.1/@ownedParticipants.1" tooltip="platform:/resource/fr.inria.kairos.cherokey4WDProject/Cherokey4WD/Cherokey4WD_Influences/influenceJournalPaper.inf#//@ownedInfluences.1/@ownedParticipants.1" weight="1.000" ];
+   I_i2_2215ba -> SR_MarginCollision_88edcde9 [ label="produces" src="platform:/resource/fr.inria.kairos.cherokey4WDProject/Cherokey4WD/Cherokey4WD_Influences/influenceJournalPaper.inf#//@ownedInfluences.1" tooltip="platform:/resource/fr.inria.kairos.cherokey4WDProject/Cherokey4WD/Cherokey4WD_Influences/influenceJournalPaper.inf#//@ownedInfluences.1" ];
+   SR_MarginCollision_88edcde9 -> R_ObstacleAvoidance_189ae12d [ label="constrains" src="platform:/resource/fr.inria.kairos.cherokey4WDProject/Cherokey4WD/Cherokey4WD_Influences/influenceJournalPaper.inf#//@ownedSatisfactionCriteria.0" tooltip="platform:/resource/fr.inria.kairos.cherokey4WDProject/Cherokey4WD/Cherokey4WD_Influences/influenceJournalPaper.inf#//@ownedSatisfactionCriteria.0" ];
+   SR_DistanceToStop_6857ac0d -> I_i3_2215bb [ label="1.000" src="platform:/resource/fr.inria.kairos.cherokey4WDProject/Cherokey4WD/Cherokey4WD_Influences/influenceJournalPaper.inf#//@ownedInfluences.2/@ownedParticipants.0" tooltip="platform:/resource/fr.inria.kairos.cherokey4WDProject/Cherokey4WD/Cherokey4WD_Influences/influenceJournalPaper.inf#//@ownedInfluences.2/@ownedParticipants.0" weight="1.000" ];
+   A_delayStaticDetection_a73be14d -> I_i3_2215bb [ label="1.000" src="platform:/resource/fr.inria.kairos.cherokey4WDProject/Cherokey4WD/Cherokey4WD_Influences/influenceJournalPaper.inf#//@ownedInfluences.2/@ownedParticipants.1" tooltip="platform:/resource/fr.inria.kairos.cherokey4WDProject/Cherokey4WD/Cherokey4WD_Influences/influenceJournalPaper.inf#//@ownedInfluences.2/@ownedParticipants.1" weight="1.000" ];
+   I_i3_2215bb -> SR_MotionWhileScanning_eb0eed31 [ label="produces" src="platform:/resource/fr.inria.kairos.cherokey4WDProject/Cherokey4WD/Cherokey4WD_Influences/influenceJournalPaper.inf#//@ownedInfluences.2" tooltip="platform:/resource/fr.inria.kairos.cherokey4WDProject/Cherokey4WD/Cherokey4WD_Influences/influenceJournalPaper.inf#//@ownedInfluences.2" ];
+   A_ultrasonicSensor_d0af77f3 -> I_i4_2215bc [ label="1.000" src="platform:/resource/fr.inria.kairos.cherokey4WDProject/Cherokey4WD/Cherokey4WD_Influences/influenceJournalPaper.inf#//@ownedInfluences.3/@ownedParticipants.0" tooltip="platform:/resource/fr.inria.kairos.cherokey4WDProject/Cherokey4WD/Cherokey4WD_Influences/influenceJournalPaper.inf#//@ownedInfluences.3/@ownedParticipants.0" weight="1.000" ];
+   SR_MotionWhileScanning_eb0eed31 -> I_i4_2215bc [ label="1.000" src="platform:/resource/fr.inria.kairos.cherokey4WDProject/Cherokey4WD/Cherokey4WD_Influences/influenceJournalPaper.inf#//@ownedInfluences.3/@ownedParticipants.1" tooltip="platform:/resource/fr.inria.kairos.cherokey4WDProject/Cherokey4WD/Cherokey4WD_Influences/influenceJournalPaper.inf#//@ownedInfluences.3/@ownedParticipants.1" weight="1.000" ];
+   E_temperature_1abcfdbf -> I_i4_2215bc [ label="1.000" src="platform:/resource/fr.inria.kairos.cherokey4WDProject/Cherokey4WD/Cherokey4WD_Influences/influenceJournalPaper.inf#//@ownedInfluences.3/@ownedParticipants.2" tooltip="platform:/resource/fr.inria.kairos.cherokey4WDProject/Cherokey4WD/Cherokey4WD_Influences/influenceJournalPaper.inf#//@ownedInfluences.3/@ownedParticipants.2" weight="1.000" ];
+   E_humidity_8ff6e048 -> I_i4_2215bc [ label="1.000" src="platform:/resource/fr.inria.kairos.cherokey4WDProject/Cherokey4WD/Cherokey4WD_Influences/influenceJournalPaper.inf#//@ownedInfluences.3/@ownedParticipants.3" tooltip="platform:/resource/fr.inria.kairos.cherokey4WDProject/Cherokey4WD/Cherokey4WD_Influences/influenceJournalPaper.inf#//@ownedInfluences.3/@ownedParticipants.3" weight="1.000" ];
+   E_noise_ab4933a5 -> I_i4_2215bc [ label="1.000" src="platform:/resource/fr.inria.kairos.cherokey4WDProject/Cherokey4WD/Cherokey4WD_Influences/influenceJournalPaper.inf#//@ownedInfluences.3/@ownedParticipants.4" tooltip="platform:/resource/fr.inria.kairos.cherokey4WDProject/Cherokey4WD/Cherokey4WD_Influences/influenceJournalPaper.inf#//@ownedInfluences.3/@ownedParticipants.4" weight="1.000" ];
+   I_i4_2215bc -> SR_WavePropagation_91c045d8 [ label="produces" src="platform:/resource/fr.inria.kairos.cherokey4WDProject/Cherokey4WD/Cherokey4WD_Influences/influenceJournalPaper.inf#//@ownedInfluences.3" tooltip="platform:/resource/fr.inria.kairos.cherokey4WDProject/Cherokey4WD/Cherokey4WD_Influences/influenceJournalPaper.inf#//@ownedInfluences.3" ];
+   SR_WavePropagation_91c045d8 -> R_ObstacleAvoidance_189ae12d [ label="constrains" src="platform:/resource/fr.inria.kairos.cherokey4WDProject/Cherokey4WD/Cherokey4WD_Influences/influenceJournalPaper.inf#//@ownedSatisfactionCriteria.2" tooltip="platform:/resource/fr.inria.kairos.cherokey4WDProject/Cherokey4WD/Cherokey4WD_Influences/influenceJournalPaper.inf#//@ownedSatisfactionCriteria.2" ];
+   SR_WavePropagation_91c045d8 -> I_i5_2215bd [ label="1.000" src="platform:/resource/fr.inria.kairos.cherokey4WDProject/Cherokey4WD/Cherokey4WD_Influences/influenceJournalPaper.inf#//@ownedInfluences.4/@ownedParticipants.0" tooltip="platform:/resource/fr.inria.kairos.cherokey4WDProject/Cherokey4WD/Cherokey4WD_Influences/influenceJournalPaper.inf#//@ownedInfluences.4/@ownedParticipants.0" weight="1.000" ];
+   A_sweepingDelay_bc83fa34 -> I_i5_2215bd [ label="1.000" src="platform:/resource/fr.inria.kairos.cherokey4WDProject/Cherokey4WD/Cherokey4WD_Influences/influenceJournalPaper.inf#//@ownedInfluences.4/@ownedParticipants.1" tooltip="platform:/resource/fr.inria.kairos.cherokey4WDProject/Cherokey4WD/Cherokey4WD_Influences/influenceJournalPaper.inf#//@ownedInfluences.4/@ownedParticipants.1" weight="1.000" ];
+   I_i5_2215bd -> SR_MotionDuringTxRx_940559fc [ label="produces" src="platform:/resource/fr.inria.kairos.cherokey4WDProject/Cherokey4WD/Cherokey4WD_Influences/influenceJournalPaper.inf#//@ownedInfluences.4" tooltip="platform:/resource/fr.inria.kairos.cherokey4WDProject/Cherokey4WD/Cherokey4WD_Influences/influenceJournalPaper.inf#//@ownedInfluences.4" ];
+   SR_MotionDuringTxRx_940559fc -> R_ObstacleAvoidance_189ae12d [ label="constrains" src="platform:/resource/fr.inria.kairos.cherokey4WDProject/Cherokey4WD/Cherokey4WD_Influences/influenceJournalPaper.inf#//@ownedSatisfactionCriteria.2" tooltip="platform:/resource/fr.inria.kairos.cherokey4WDProject/Cherokey4WD/Cherokey4WD_Influences/influenceJournalPaper.inf#//@ownedSatisfactionCriteria.2" ];
+   A_motorSpeed_c60755ab -> I_i6_2215be [ label="1.000" src="platform:/resource/fr.inria.kairos.cherokey4WDProject/Cherokey4WD/Cherokey4WD_Influences/influenceJournalPaper.inf#//@ownedInfluences.5/@ownedParticipants.0" tooltip="platform:/resource/fr.inria.kairos.cherokey4WDProject/Cherokey4WD/Cherokey4WD_Influences/influenceJournalPaper.inf#//@ownedInfluences.5/@ownedParticipants.0" weight="1.000" ];
+   A_mass_724f5a8d -> I_i6_2215be [ label="1.000" src="platform:/resource/fr.inria.kairos.cherokey4WDProject/Cherokey4WD/Cherokey4WD_Influences/influenceJournalPaper.inf#//@ownedInfluences.5/@ownedParticipants.1" tooltip="platform:/resource/fr.inria.kairos.cherokey4WDProject/Cherokey4WD/Cherokey4WD_Influences/influenceJournalPaper.inf#//@ownedInfluences.5/@ownedParticipants.1" weight="1.000" ];
+   A_frontalArea_f9af3d08 -> I_i6_2215be [ label="1.000" src="platform:/resource/fr.inria.kairos.cherokey4WDProject/Cherokey4WD/Cherokey4WD_Influences/influenceJournalPaper.inf#//@ownedInfluences.5/@ownedParticipants.2" tooltip="platform:/resource/fr.inria.kairos.cherokey4WDProject/Cherokey4WD/Cherokey4WD_Influences/influenceJournalPaper.inf#//@ownedInfluences.5/@ownedParticipants.2" weight="1.000" ];
+   A_motor_d7a257fc -> I_i6_2215be [ label="1.000" src="platform:/resource/fr.inria.kairos.cherokey4WDProject/Cherokey4WD/Cherokey4WD_Influences/influenceJournalPaper.inf#//@ownedInfluences.5/@ownedParticipants.3" tooltip="platform:/resource/fr.inria.kairos.cherokey4WDProject/Cherokey4WD/Cherokey4WD_Influences/influenceJournalPaper.inf#//@ownedInfluences.5/@ownedParticipants.3" weight="1.000" ];
+   E_frictionCoef_59bb6d3c -> I_i6_2215be [ label="1.000" src="platform:/resource/fr.inria.kairos.cherokey4WDProject/Cherokey4WD/Cherokey4WD_Influences/influenceJournalPaper.inf#//@ownedInfluences.5/@ownedParticipants.4" tooltip="platform:/resource/fr.inria.kairos.cherokey4WDProject/Cherokey4WD/Cherokey4WD_Influences/influenceJournalPaper.inf#//@ownedInfluences.5/@ownedParticipants.4" weight="1.000" ];
+   E_slopeAngleRad_8779e298 -> I_i6_2215be [ label="1.000" src="platform:/resource/fr.inria.kairos.cherokey4WDProject/Cherokey4WD/Cherokey4WD_Influences/influenceJournalPaper.inf#//@ownedInfluences.5/@ownedParticipants.5" tooltip="platform:/resource/fr.inria.kairos.cherokey4WDProject/Cherokey4WD/Cherokey4WD_Influences/influenceJournalPaper.inf#//@ownedInfluences.5/@ownedParticipants.5" weight="1.000" ];
+   E_dragCoefficient_9264b62c -> I_i6_2215be [ label="1.000" src="platform:/resource/fr.inria.kairos.cherokey4WDProject/Cherokey4WD/Cherokey4WD_Influences/influenceJournalPaper.inf#//@ownedInfluences.5/@ownedParticipants.6" tooltip="platform:/resource/fr.inria.kairos.cherokey4WDProject/Cherokey4WD/Cherokey4WD_Influences/influenceJournalPaper.inf#//@ownedInfluences.5/@ownedParticipants.6" weight="1.000" ];
+   E_gravityAccel_9e12184f -> I_i6_2215be [ label="1.000" src="platform:/resource/fr.inria.kairos.cherokey4WDProject/Cherokey4WD/Cherokey4WD_Influences/influenceJournalPaper.inf#//@ownedInfluences.5/@ownedParticipants.7" tooltip="platform:/resource/fr.inria.kairos.cherokey4WDProject/Cherokey4WD/Cherokey4WD_Influences/influenceJournalPaper.inf#//@ownedInfluences.5/@ownedParticipants.7" weight="1.000" ];
+   E_airDensity_30a29e93 -> I_i6_2215be [ label="1.000" src="platform:/resource/fr.inria.kairos.cherokey4WDProject/Cherokey4WD/Cherokey4WD_Influences/influenceJournalPaper.inf#//@ownedInfluences.5/@ownedParticipants.8" tooltip="platform:/resource/fr.inria.kairos.cherokey4WDProject/Cherokey4WD/Cherokey4WD_Influences/influenceJournalPaper.inf#//@ownedInfluences.5/@ownedParticipants.8" weight="1.000" ];
+   I_i6_2215be -> SR_TravelSpeed_ae7e8492 [ label="produces" src="platform:/resource/fr.inria.kairos.cherokey4WDProject/Cherokey4WD/Cherokey4WD_Influences/influenceJournalPaper.inf#//@ownedInfluences.5" tooltip="platform:/resource/fr.inria.kairos.cherokey4WDProject/Cherokey4WD/Cherokey4WD_Influences/influenceJournalPaper.inf#//@ownedInfluences.5" ];
+   SR_TravelSpeed_ae7e8492 -> R_EfficientExploration_f269058a [ label="constrains" src="platform:/resource/fr.inria.kairos.cherokey4WDProject/Cherokey4WD/Cherokey4WD_Influences/influenceJournalPaper.inf#//@ownedSatisfactionCriteria.3" tooltip="platform:/resource/fr.inria.kairos.cherokey4WDProject/Cherokey4WD/Cherokey4WD_Influences/influenceJournalPaper.inf#//@ownedSatisfactionCriteria.3" ];
+   SR_TravelSpeed_ae7e8492 -> I_i7_2215bf [ label="1.000" src="platform:/resource/fr.inria.kairos.cherokey4WDProject/Cherokey4WD/Cherokey4WD_Influences/influenceJournalPaper.inf#//@ownedInfluences.6/@ownedParticipants.0" tooltip="platform:/resource/fr.inria.kairos.cherokey4WDProject/Cherokey4WD/Cherokey4WD_Influences/influenceJournalPaper.inf#//@ownedInfluences.6/@ownedParticipants.0" weight="1.000" ];
+   A_detectionThreshold_e468d33f -> I_i7_2215bf [ label="1.000" src="platform:/resource/fr.inria.kairos.cherokey4WDProject/Cherokey4WD/Cherokey4WD_Influences/influenceJournalPaper.inf#//@ownedInfluences.6/@ownedParticipants.1" tooltip="platform:/resource/fr.inria.kairos.cherokey4WDProject/Cherokey4WD/Cherokey4WD_Influences/influenceJournalPaper.inf#//@ownedInfluences.6/@ownedParticipants.1" weight="1.000" ];
+   I_i7_2215bf -> SR_ExplorationTime_6b02d455 [ label="produces" src="platform:/resource/fr.inria.kairos.cherokey4WDProject/Cherokey4WD/Cherokey4WD_Influences/influenceJournalPaper.inf#//@ownedInfluences.6" tooltip="platform:/resource/fr.inria.kairos.cherokey4WDProject/Cherokey4WD/Cherokey4WD_Influences/influenceJournalPaper.inf#//@ownedInfluences.6" ];
+   SR_ExplorationTime_6b02d455 -> R_EfficientExploration_f269058a [ label="constrains" src="platform:/resource/fr.inria.kairos.cherokey4WDProject/Cherokey4WD/Cherokey4WD_Influences/influenceJournalPaper.inf#//@ownedSatisfactionCriteria.3" tooltip="platform:/resource/fr.inria.kairos.cherokey4WDProject/Cherokey4WD/Cherokey4WD_Influences/influenceJournalPaper.inf#//@ownedSatisfactionCriteria.3" ];
+   SR_WavePropagation_91c045d8 -> I_i8_2215c0 [ label="1.000" src="platform:/resource/fr.inria.kairos.cherokey4WDProject/Cherokey4WD/Cherokey4WD_Influences/influenceJournalPaper.inf#//@ownedInfluences.7/@ownedParticipants.0" tooltip="platform:/resource/fr.inria.kairos.cherokey4WDProject/Cherokey4WD/Cherokey4WD_Influences/influenceJournalPaper.inf#//@ownedInfluences.7/@ownedParticipants.0" weight="1.000" ];
+   A_sweepingDelay_bc83fa34 -> I_i8_2215c0 [ label="1.000" src="platform:/resource/fr.inria.kairos.cherokey4WDProject/Cherokey4WD/Cherokey4WD_Influences/influenceJournalPaper.inf#//@ownedInfluences.7/@ownedParticipants.1" tooltip="platform:/resource/fr.inria.kairos.cherokey4WDProject/Cherokey4WD/Cherokey4WD_Influences/influenceJournalPaper.inf#//@ownedInfluences.7/@ownedParticipants.1" weight="1.000" ];
+   A_computeDistance_828cf413 -> I_i8_2215c0 [ label="1.000" src="platform:/resource/fr.inria.kairos.cherokey4WDProject/Cherokey4WD/Cherokey4WD_Influences/influenceJournalPaper.inf#//@ownedInfluences.7/@ownedParticipants.2" tooltip="platform:/resource/fr.inria.kairos.cherokey4WDProject/Cherokey4WD/Cherokey4WD_Influences/influenceJournalPaper.inf#//@ownedInfluences.7/@ownedParticipants.2" weight="1.000" ];
+   I_i8_2215c0 -> SR_CoverageQuality_24e856bc [ label="produces" src="platform:/resource/fr.inria.kairos.cherokey4WDProject/Cherokey4WD/Cherokey4WD_Influences/influenceJournalPaper.inf#//@ownedInfluences.7" tooltip="platform:/resource/fr.inria.kairos.cherokey4WDProject/Cherokey4WD/Cherokey4WD_Influences/influenceJournalPaper.inf#//@ownedInfluences.7" ];
+   SR_CoverageQuality_24e856bc -> R_ObstacleAvoidance_189ae12d [ label="constrains" src="platform:/resource/fr.inria.kairos.cherokey4WDProject/Cherokey4WD/Cherokey4WD_Influences/influenceJournalPaper.inf#//@ownedSatisfactionCriteria.1" tooltip="platform:/resource/fr.inria.kairos.cherokey4WDProject/Cherokey4WD/Cherokey4WD_Influences/influenceJournalPaper.inf#//@ownedSatisfactionCriteria.1" ];
}
